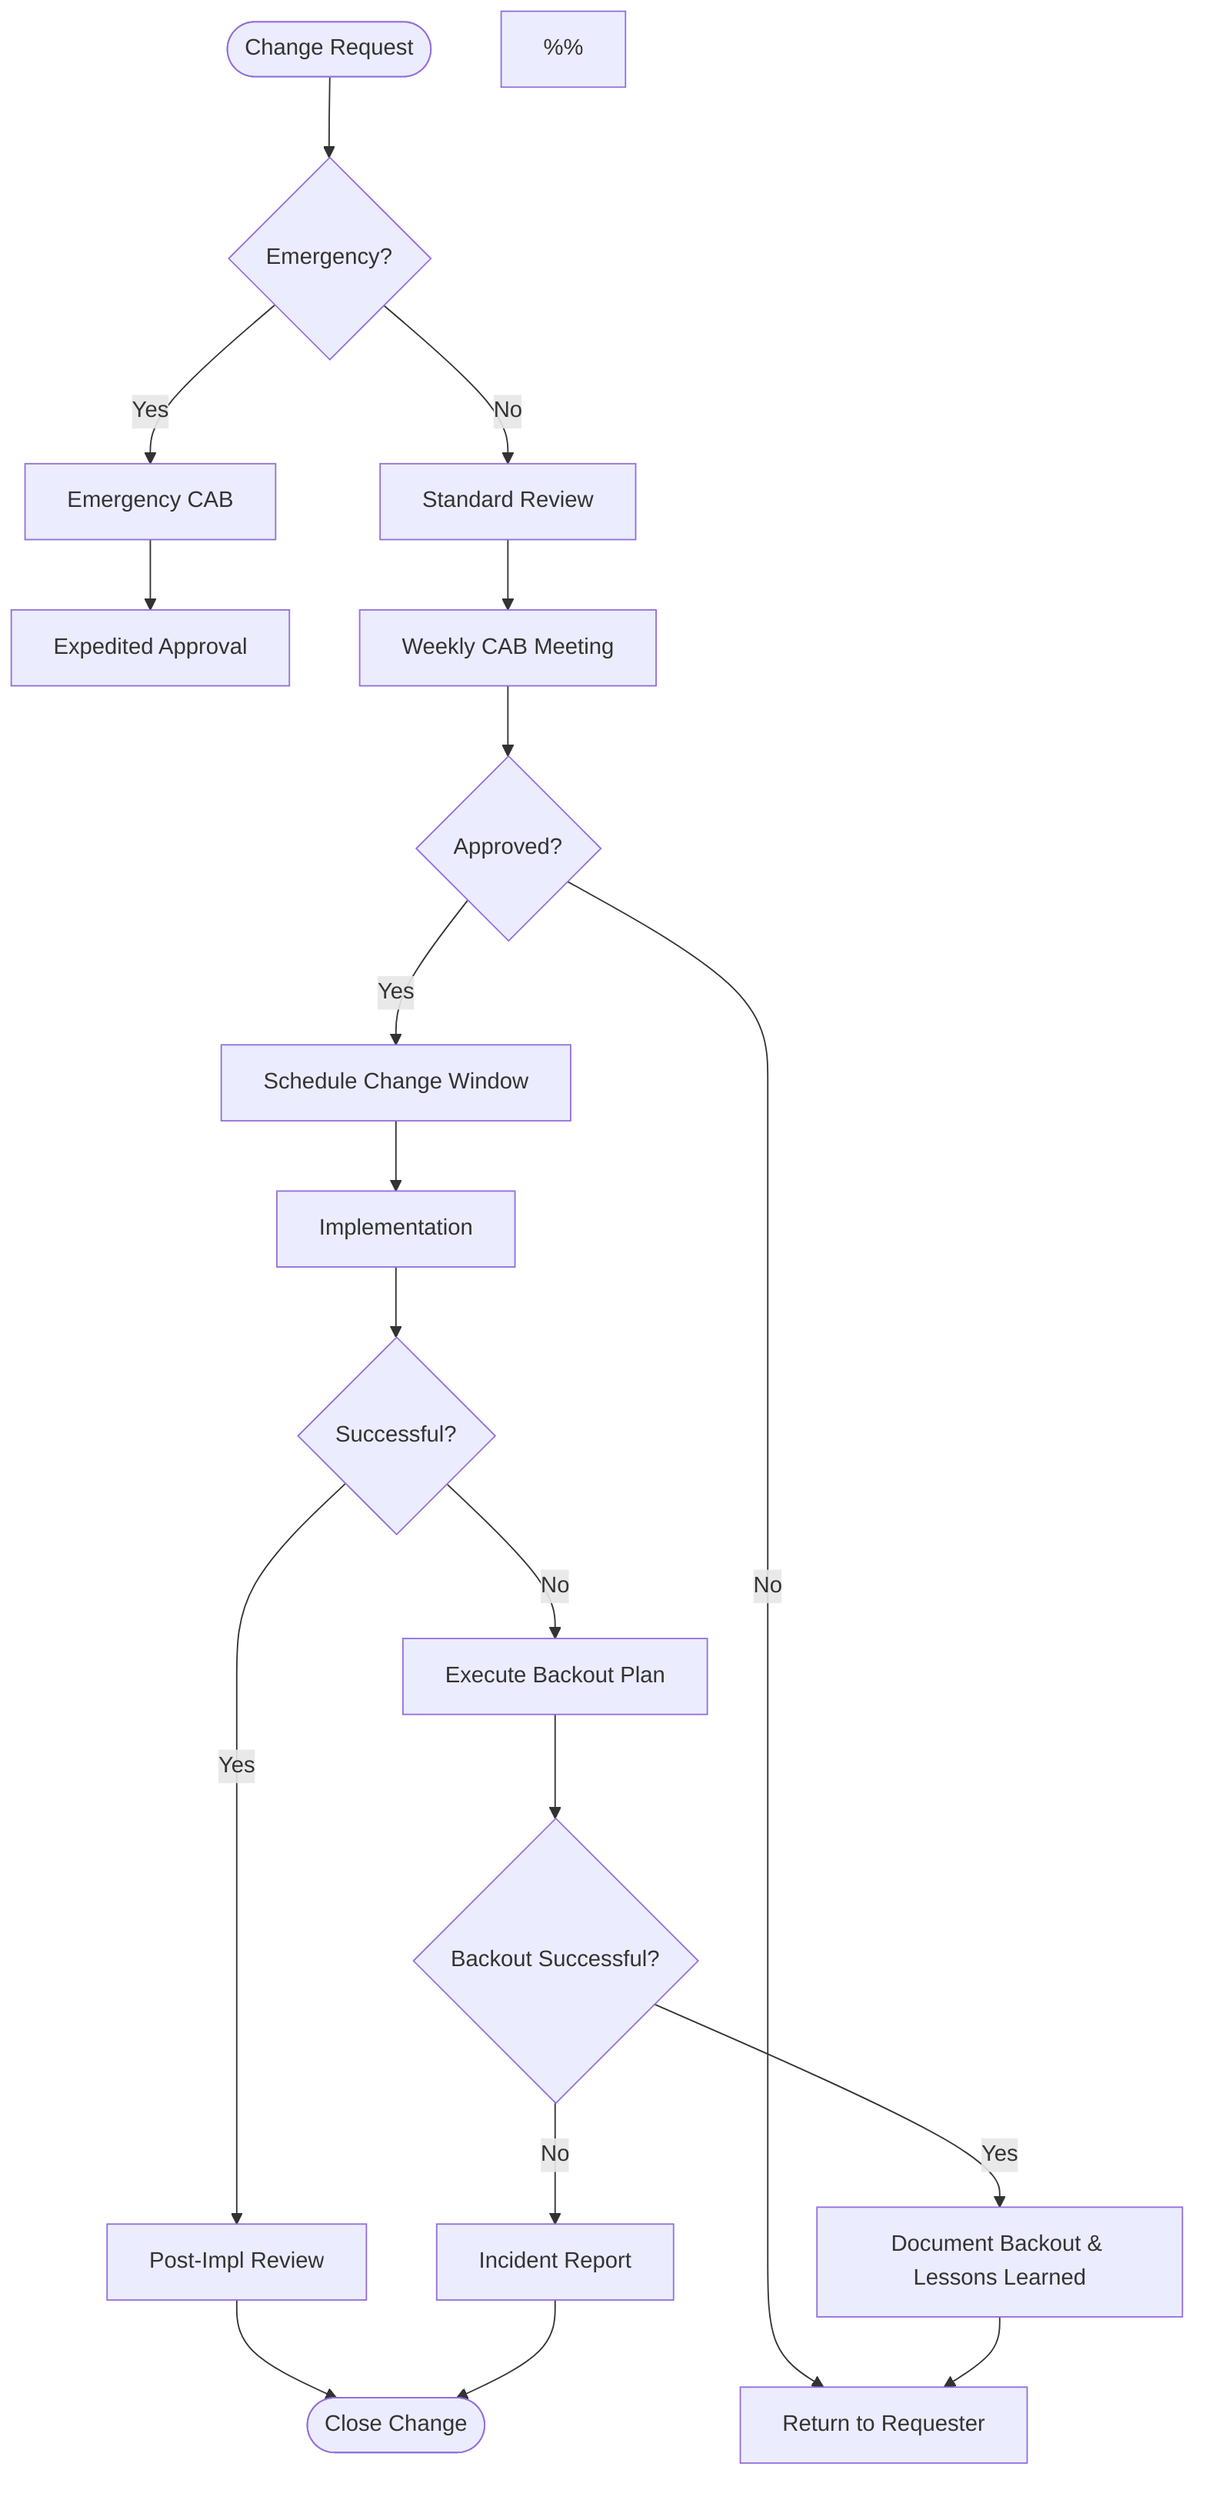
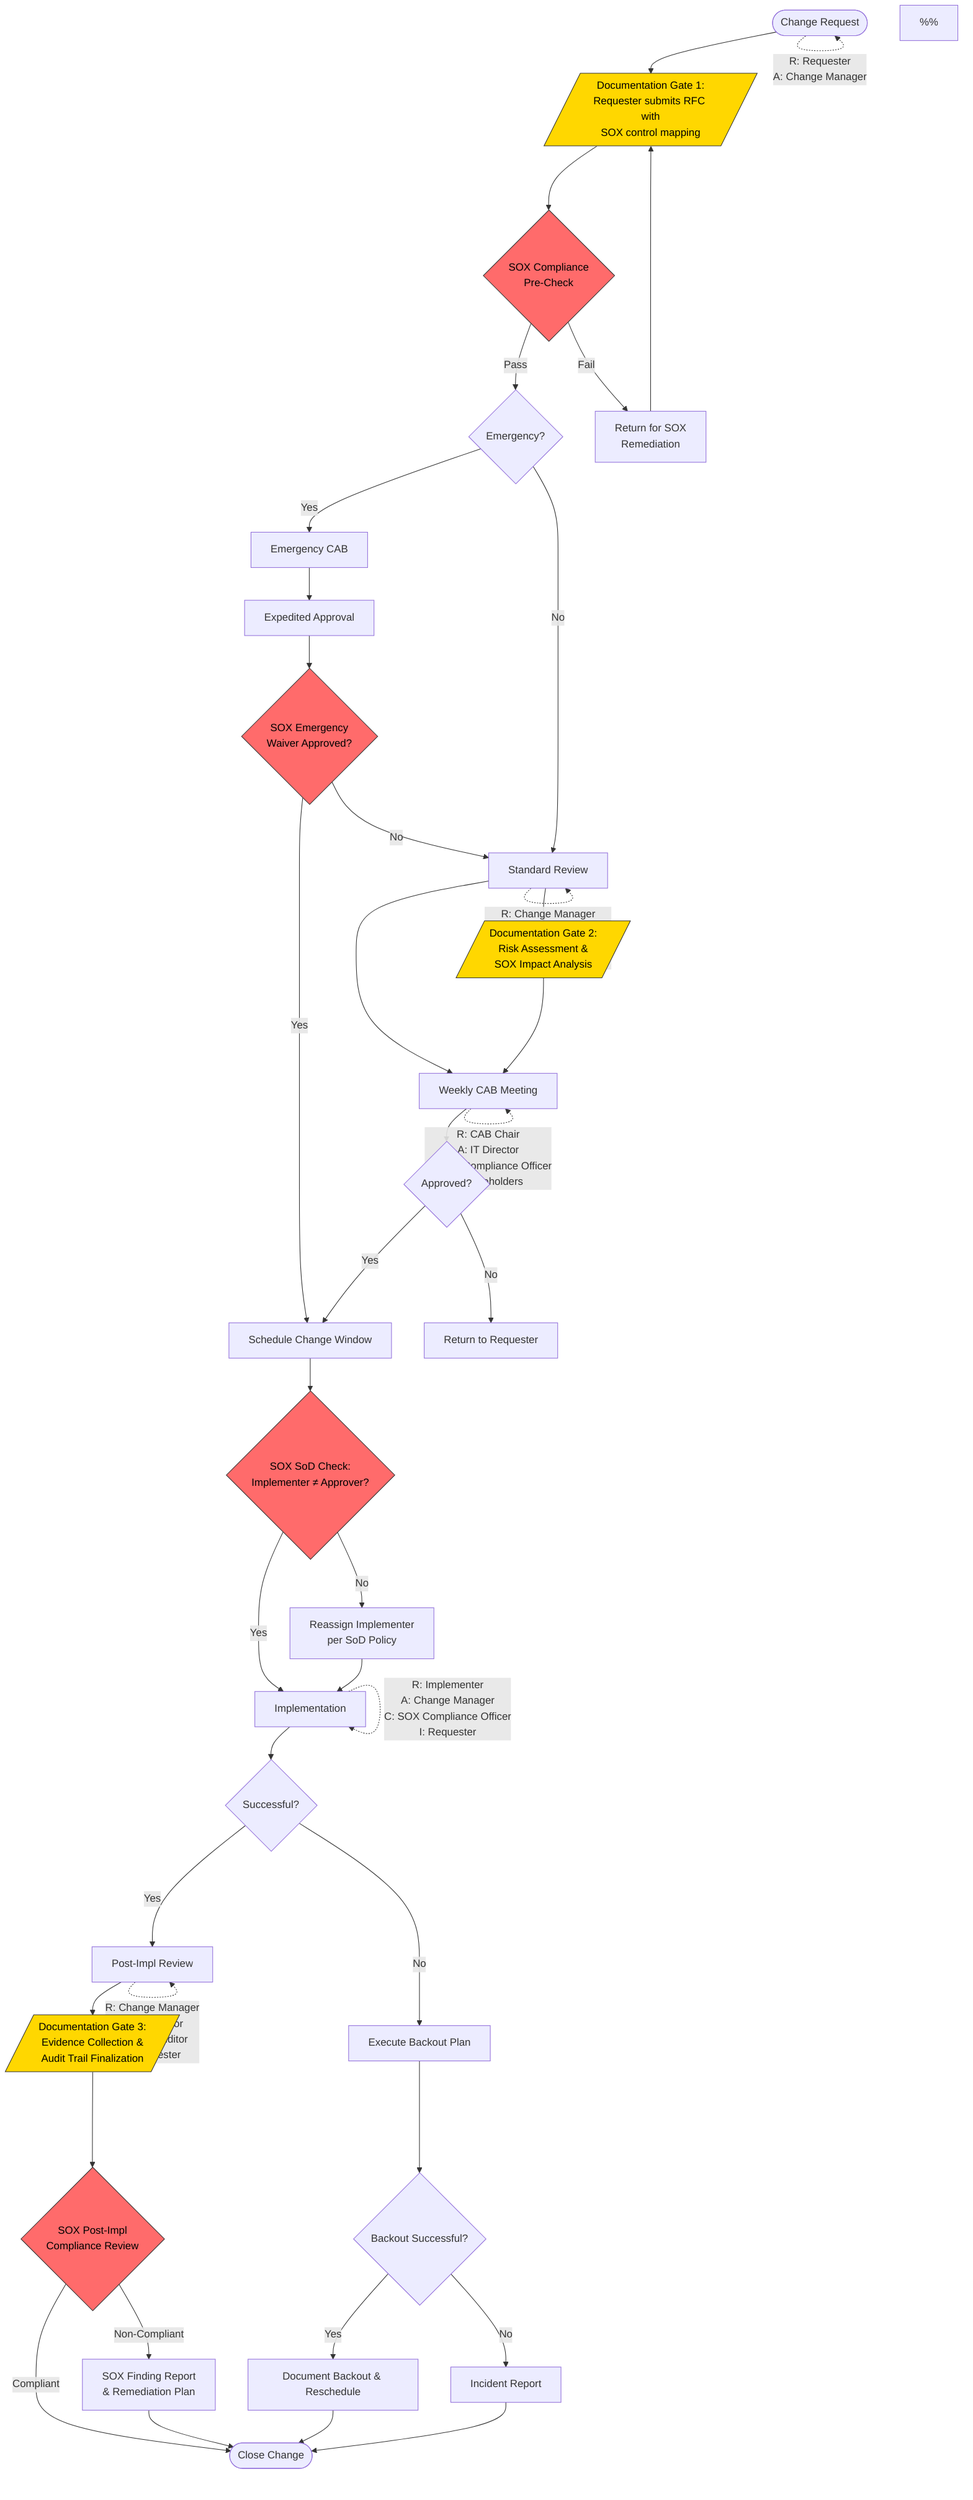
flowchart TD
-     A([Change Request]) --> B{Emergency?}
+     A([Change Request]) --> A1[/Documentation Gate 1:\nRequester submits RFC with\nSOX control mapping/]
+     %% ⚡ CHANGED SECTION - Documentation Gate 1 & Compliance Check
+     A1 --> A2{SOX Compliance\nPre-Check}
+     A2 --> |Pass| B{Emergency?}
+     A2 --> |Fail| A3[Return for SOX\nRemediation]
+     A3 --> A1
+     %% ⚡ END CHANGED SECTION
    B --> |Yes| C[Emergency CAB]
    B --> |No| D[Standard Review]
    C --> E[Expedited Approval]
+     %% ⚡ CHANGED SECTION - SOX checkpoint for emergency path
+     E --> E1{SOX Emergency\nWaiver Approved?}
+     E1 --> |Yes| H[Schedule Change Window]
+     E1 --> |No| D
+     %% ⚡ END CHANGED SECTION
    D --> F[Weekly CAB Meeting]
+     %% ⚡ CHANGED SECTION - Documentation Gate 2 before CAB
+     D --> D1[/Documentation Gate 2:\nRisk Assessment &\nSOX Impact Analysis/]
+     D1 --> F
+     %% ⚡ END CHANGED SECTION
    F --> G{Approved?}
-     G --> |Yes| H[Schedule Change Window]
+     G --> |Yes| H
    G --> |No| I[Return to Requester]
-     H --> J[Implementation]
+     %% ⚡ CHANGED SECTION - SOX Segregation of Duties check
+     H --> H1{SOX SoD Check:\nImplementer ≠ Approver?}
+     H1 --> |Yes| J[Implementation]
+     H1 --> |No| H2[Reassign Implementer\nper SoD Policy]
+     H2 --> J
+     %% ⚡ END CHANGED SECTION
    J --> K{Successful?}
    K --> |Yes| L[Post-Impl Review]
-     %% ⚡ CHANGED SECTION
    K --> |No| M1[Execute Backout Plan]
    M1 --> M2{Backout Successful?}
-     M2 --> |Yes| M3[Document Backout & Lessons Learned]
+     M2 --> |Yes| M3[Document Backout & Reschedule]
    M2 --> |No| M[Incident Report]
-     M3 --> I
+     M3 --> N
+     %% ⚡ CHANGED SECTION - SOX Audit Documentation Gate & Final Compliance
+     L --> L1[/Documentation Gate 3:\nEvidence Collection &\nAudit Trail Finalization/]
+     L1 --> L2{SOX Post-Impl\nCompliance Review}
+     L2 --> |Compliant| N([Close Change])
+     L2 --> |Non-Compliant| L3[SOX Finding Report\n& Remediation Plan]
+     L3 --> N
    %% ⚡ END CHANGED SECTION
-     L --> N([Close Change])
    M --> N
+ 
+     %% ⚡ CHANGED SECTION - RACI Role Labels
+     A -.-> |R: Requester\nA: Change Manager| A
+     D -.-> |R: Change Manager\nA: CAB Chair\nC: SOX Compliance Officer\nI: Requester| D
+     F -.-> |R: CAB Chair\nA: IT Director\nC: SOX Compliance Officer\nI: Stakeholders| F
+     J -.-> |R: Implementer\nA: Change Manager\nC: SOX Compliance Officer\nI: Requester| J
+     L -.-> |R: Change Manager\nA: IT Director\nC: SOX Auditor\nI: Requester| L
+     %% ⚡ END CHANGED SECTION
+ 
+     %% ⚡ CHANGED SECTION - Styling
+     style A1 fill:#FFD700,stroke:#333,color:#000
+     style D1 fill:#FFD700,stroke:#333,color:#000
+     style L1 fill:#FFD700,stroke:#333,color:#000
+     style A2 fill:#FF6B6B,stroke:#333,color:#000
+     style E1 fill:#FF6B6B,stroke:#333,color:#000
+     style H1 fill:#FF6B6B,stroke:#333,color:#000
+     style L2 fill:#FF6B6B,stroke:#333,color:#000
+     %% ⚡ END CHANGED SECTION

%% ════════════════════════════════════════════════════════
%% CLAUDE'S CHANGE INTERPRETATION
%% ════════════════════════════════════════════════════════
- %% OBJECTIVE: Ensure failed implementations are safely reversed using a structured backout plan before escalating to incident management, minimizing service disruption.
+ %% OBJECTIVE: Ensure change management process meets SOX audit requirements by embedding mandatory compliance checkpoints, segregation of duties validation, documentation gates, and RACI accountability at each critical stage.
%%
%% EXPLANATION:
- %% Replaced the direct path from implementation failure to Incident Report with a backout plan workflow: when implementation fails, an "Execute Backout Plan" step is triggered first, followed by a decision on whether the backout succeeded. If the backout is successful, the change is documented with lessons learned and returned to the requester for rework. If the backout itself fails, it escalates to an Incident Report as before.
+ %% Added three Documentation Gates (RFC submission with SOX mapping, Risk Assessment & SOX Impact Analysis before CAB, and Evidence Collection & Audit Trail before closure). Inserted SOX compliance checkpoints: a pre-check after submission, an emergency waiver gate for expedited changes, a Segregation of Duties verification before implementation, and a post-implementation compliance review. Added RACI role annotations (Responsible, Accountable, Consulted, Informed) as dotted links on key process nodes. Applied color styling to distinguish documentation gates (gold) from compliance checkpoints (red) for visual clarity.
%% ════════════════════════════════════════════════════════
